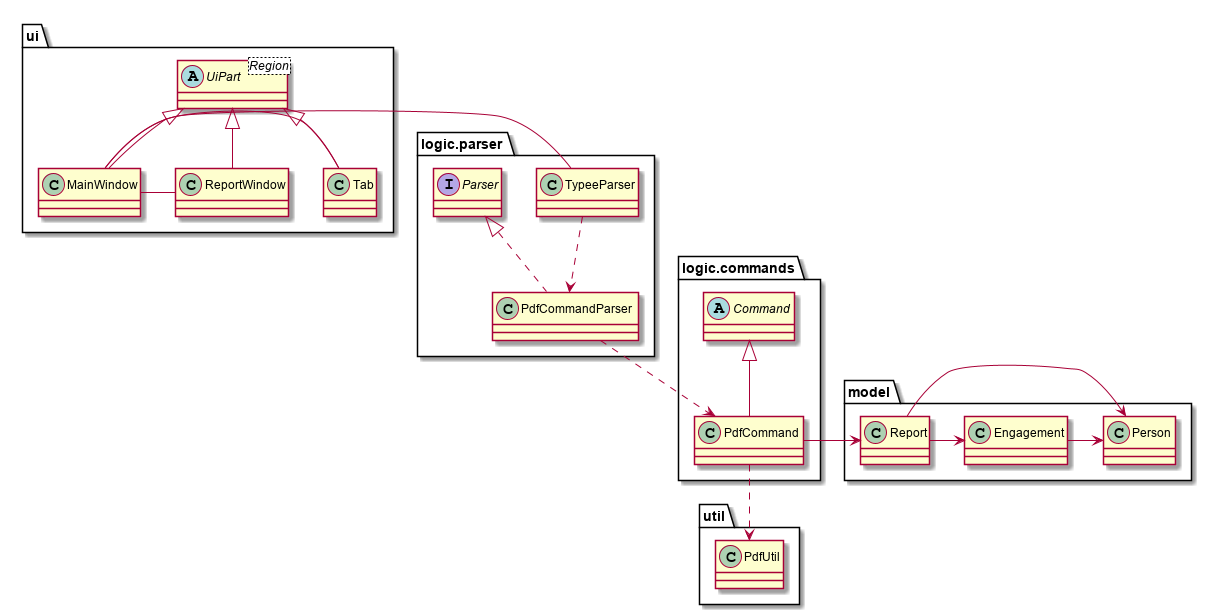
The PlantUML diagram docs/images/PdfCommandClassDiagram.png in nus-cs2103-AY1920S1/addressbook-level3, before a commit.
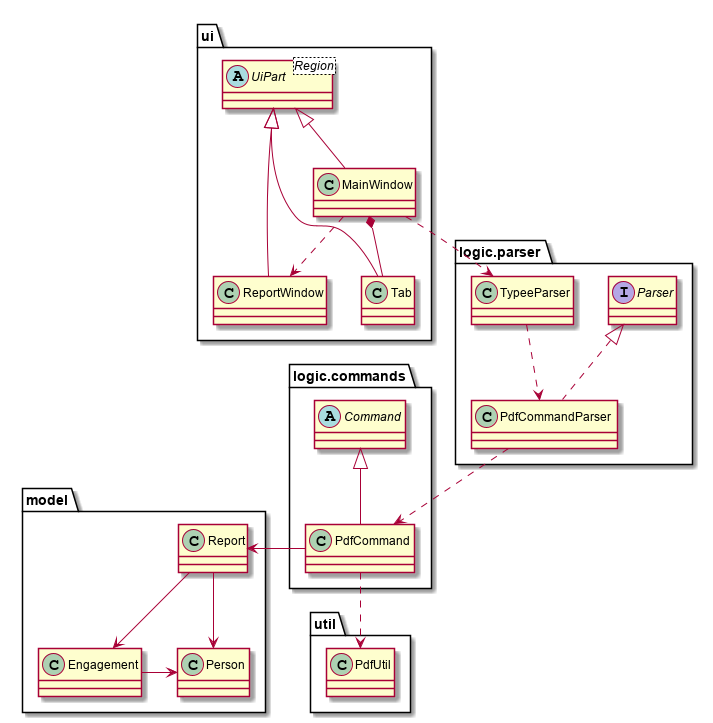
The same diagram one commit later.

Change to the diagram source:
```diff
@@ -27,13 +27,13 @@
 UiPart <|-- Tab
 UiPart <|-- MainWindow
 UiPart <|-- ReportWindow
-MainWindow - Tab
-MainWindow - ReportWindow
-MainWindow - TypeeParser
+MainWindow *-- Tab
+MainWindow ..> ReportWindow
+MainWindow ..> TypeeParser
 Command <|-- PdfCommand
-Report -> Engagement
+Report --> Engagement
+Report --> Person
 Engagement -> Person
-Report -> Person
 Parser <|.. PdfCommandParser
 PdfCommand ..> PdfUtil
 PdfCommand -> Report
```
